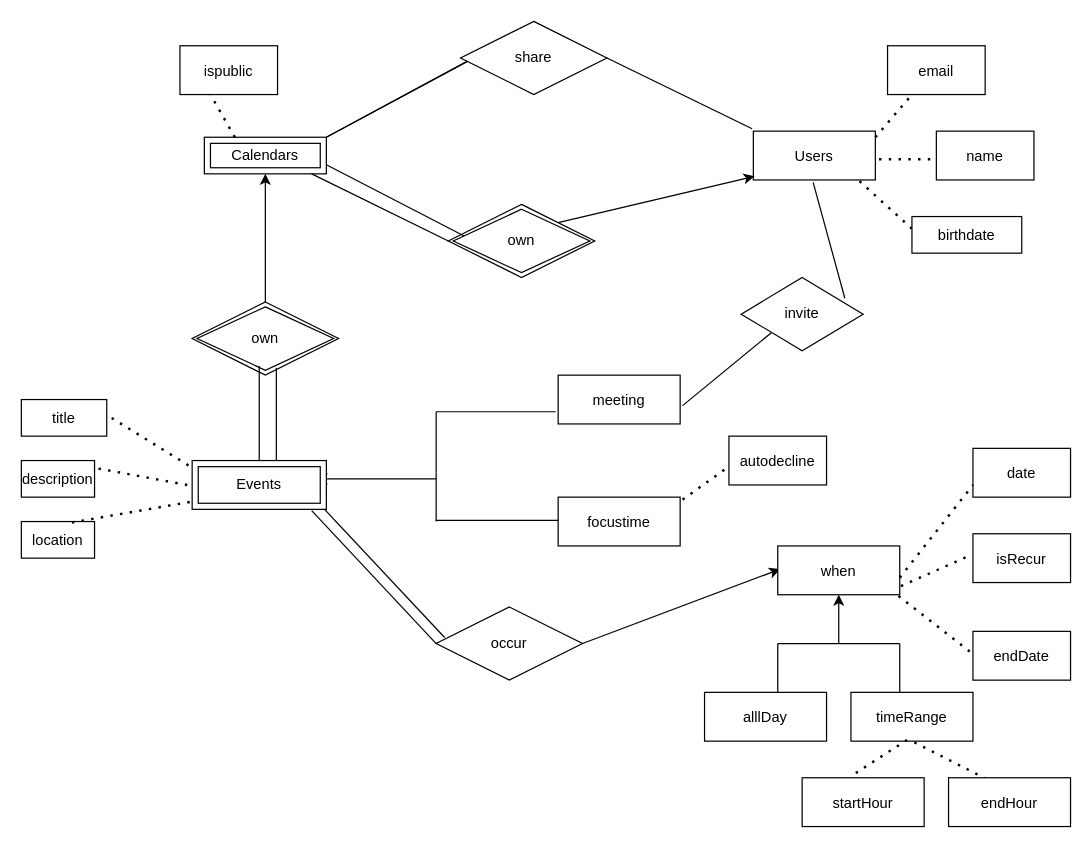
The draw.io diagram Untitled Diagram.drawio in MarionetteSHF/data_wrangling_i, before the edit. Source tidied: cells renumbered, new cells numbered last; positions are measured from the earlier drawing's top-left corner, leaving out a move shared by most shapes. Both pictures are drawn from the tidied source at 122%, with x=0, y=0 at pixel (21, 21).
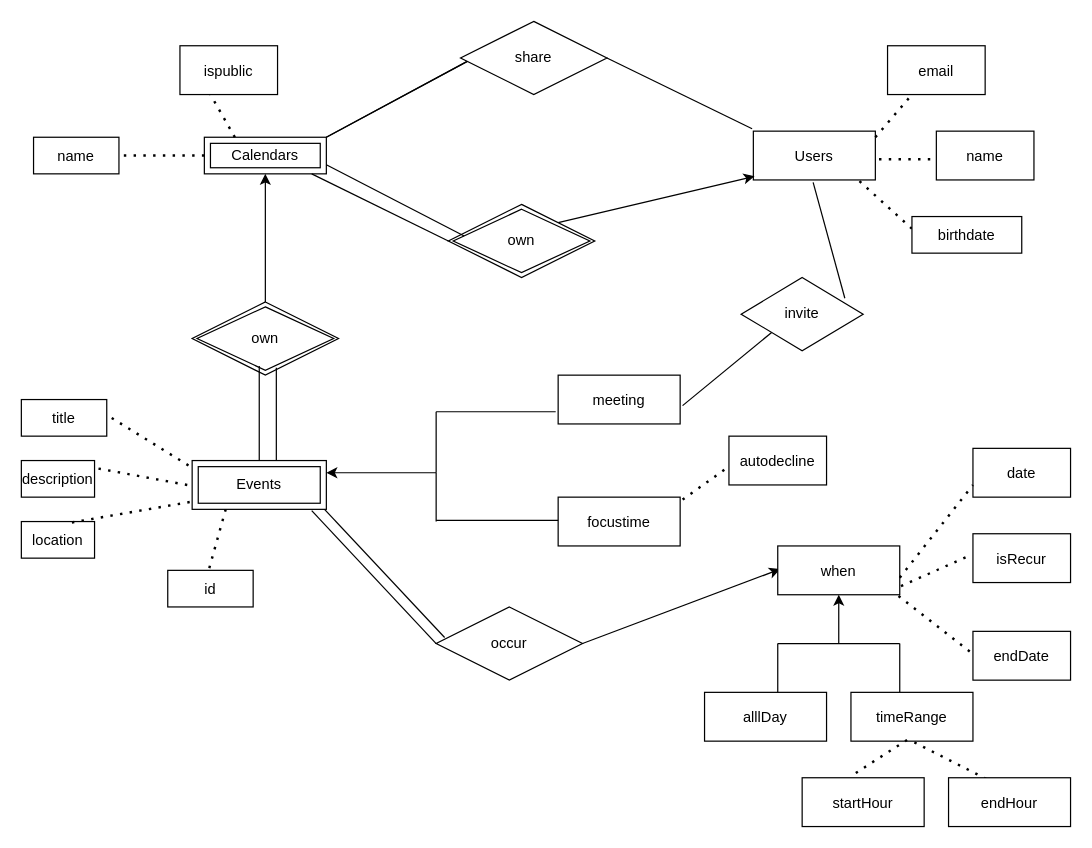
Above is the later version.

Unchanged cells that the change refers to:
```xml
<mxCell id="7" value="&lt;span&gt;Calendars&lt;/span&gt;" style="shape=ext;margin=3;double=1;whiteSpace=wrap;html=1;align=center;rotation=0;" parent="1" vertex="1">
  <mxGeometry x="150" y="95" width="100" height="30" as="geometry" />
</mxCell>
<mxCell id="59" value="&lt;span&gt;Events&lt;/span&gt;" style="shape=ext;margin=3;double=1;whiteSpace=wrap;html=1;align=center;rotation=0;" parent="1" vertex="1">
  <mxGeometry x="140" y="360" width="110" height="40" as="geometry" />
</mxCell>
```

Change to the diagram source:
```diff
@@
-    <mxCell id="47" style="endArrow=classic;html=1;rounded=0;entryX=1.02;entryY=0.375;entryDx=0;entryDy=0;entryPerimeter=0;" parent="1" edge="1">
-      <mxGeometry relative="1" as="geometry">
-        <mxPoint x="340" y="375" as="sourcePoint" />
-        <mxPoint x="242" y="375" as="targetPoint" />
-      </mxGeometry>
-    </mxCell>
@@
+    <mxCell id="64" value="name" style="shape=umlLifeline;perimeter=lifelinePerimeter;rounded=0;shadow=0;strokeWidth=1;" parent="1" vertex="1">
+      <mxGeometry x="10" y="95" width="70" height="30" as="geometry" />
+    </mxCell>
+    <mxCell id="65" style="endArrow=none;dashed=1;html=1;dashPattern=1 3;strokeWidth=2;rounded=0;exitX=0;exitY=0.5;exitDx=0;exitDy=0;" parent="1" edge="1" source="7">
+      <mxGeometry relative="1" as="geometry">
+        <mxPoint x="80" y="110" as="targetPoint" />
+      </mxGeometry>
+    </mxCell>
+    <mxCell id="66" value="id" style="shape=umlLifeline;perimeter=lifelinePerimeter;rounded=0;shadow=0;strokeWidth=1;" parent="1" vertex="1">
+      <mxGeometry x="120" y="450" width="70" height="30" as="geometry" />
+    </mxCell>
+    <mxCell id="67" style="endArrow=none;dashed=1;html=1;dashPattern=1 3;strokeWidth=2;rounded=0;exitX=0.25;exitY=1;exitDx=0;exitDy=0;entryX=0.471;entryY=0.067;entryDx=0;entryDy=0;entryPerimeter=0;" parent="1" edge="1" source="59" target="66">
+      <mxGeometry relative="1" as="geometry" />
+    </mxCell>
+    <mxCell id="68" style="endArrow=classic;html=1;rounded=0;entryX=1;entryY=0.25;entryDx=0;entryDy=0;" parent="1" edge="1" target="59">
+      <mxGeometry relative="1" as="geometry">
+        <mxPoint x="340" y="370" as="sourcePoint" />
+      </mxGeometry>
+    </mxCell>
```
